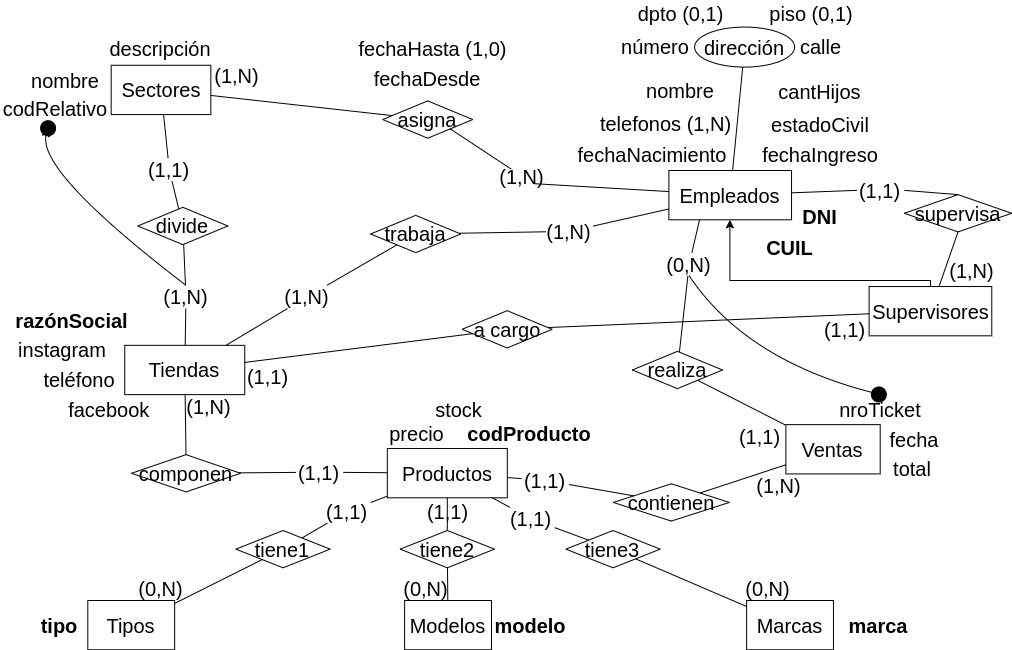
Above: Practica/Practica2/drawios-png/Parte1/ejercicio05P2_Conceptual.drawio.png in c97Ernesto/DisenioBasesDatos (draw.io), before the change. Source tidied: cells renumbered, new cells last; positions are measured from the earlier drawing's top-left corner, leaving out a move shared by most shapes.
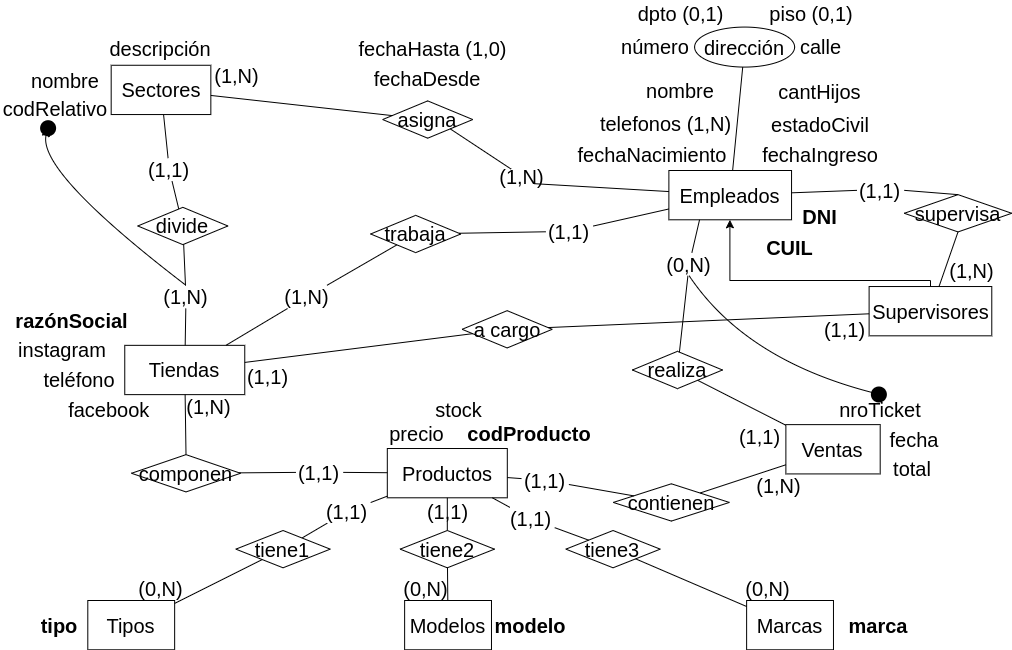
Above is the later version.

Diff of the diagram source:
```diff
@@ -205,7 +205,7 @@
     <mxCell id="67" style="endArrow=none;html=1;rounded=0;fontSize=20;" parent="1" edge="1" source="19" target="68">
       <mxGeometry relative="1" as="geometry" />
     </mxCell>
-    <mxCell id="68" value="(1,N)" style="text;html=1;strokeColor=none;fillColor=none;align=center;verticalAlign=middle;whiteSpace=wrap;rounded=0;fontSize=20;rotation=0;" parent="1" vertex="1">
+    <mxCell id="68" value="(1,1)" style="text;html=1;strokeColor=none;fillColor=none;align=center;verticalAlign=middle;whiteSpace=wrap;rounded=0;fontSize=20;rotation=0;" parent="1" vertex="1">
       <mxGeometry x="545.4" y="219.3" width="47.4" height="23.2" as="geometry" />
     </mxCell>
     <mxCell id="69" style="endArrow=none;html=1;rounded=0;fontSize=20;" parent="1" edge="1" source="77" target="62">
```
